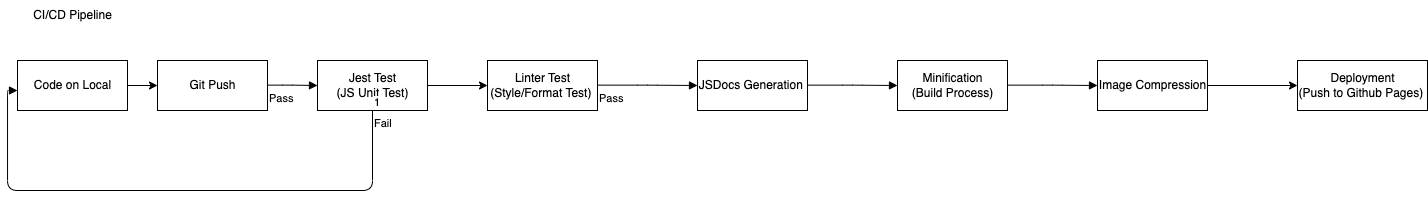
Above: admin/cipipeline/phase1.drawio.png in cse110-sp23-group23/cse110-sp23-group23 (draw.io), before the change. Source tidied: cells renumbered, new cells last; positions are measured from the earlier drawing's top-left corner, leaving out a move shared by most shapes.
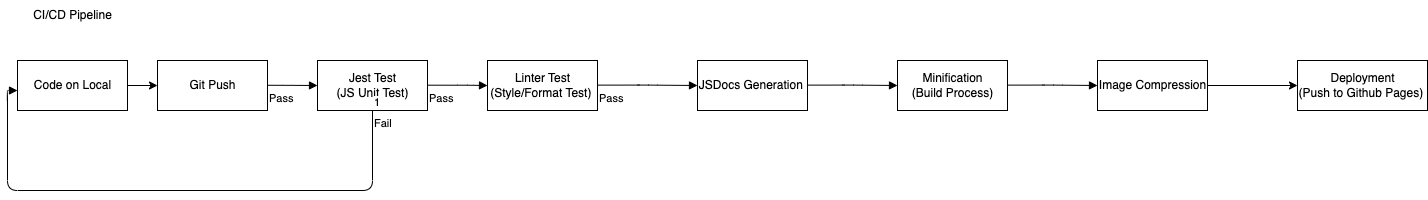
The same diagram one commit later.

Commit message:
fixed diagram; updated repo

The edit, as a diff of the source:
```diff
@@ -41,17 +41,9 @@
     <mxCell id="12" value="Deployment&lt;br&gt;(Push to Github Pages)&amp;nbsp;" style="html=1;" parent="1" vertex="1">
       <mxGeometry x="1290" y="60" width="130" height="50" as="geometry" />
     </mxCell>
-    <mxCell id="13" style="edgeStyle=none;html=1;entryX=0;entryY=0.5;entryDx=0;entryDy=0;fillColor=#666666;" parent="1" edge="1" source="14" target="4">
-      <mxGeometry relative="1" as="geometry" />
-    </mxCell>
     <mxCell id="14" value="Jest Test&lt;br&gt;(JS Unit Test)" style="html=1;" parent="1" vertex="1">
       <mxGeometry x="310" y="60" width="110" height="50" as="geometry" />
     </mxCell>
-    <mxCell id="15" value="Pass" style="endArrow=block;endFill=1;html=1;edgeStyle=orthogonalEdgeStyle;align=left;verticalAlign=top;fillColor=#666666;entryX=0;entryY=0.5;entryDx=0;entryDy=0;" parent="1" edge="1" target="14">
-      <mxGeometry x="-1" relative="1" as="geometry">
-        <mxPoint x="260" y="84.6" as="sourcePoint" />
-      </mxGeometry>
-    </mxCell>
     <mxCell id="16" value="Fail" style="endArrow=block;endFill=1;html=1;edgeStyle=orthogonalEdgeStyle;align=left;verticalAlign=top;fillColor=#666666;exitX=0.5;exitY=1;exitDx=0;exitDy=0;entryX=0;entryY=0.6;entryDx=0;entryDy=0;entryPerimeter=0;" parent="1" edge="1" source="14" target="19">
       <mxGeometry x="-1" relative="1" as="geometry">
         <Array as="points">
@@ -70,5 +62,23 @@
     <mxCell id="19" value="Code on Local" style="html=1;" parent="1" vertex="1">
       <mxGeometry x="10" y="60" width="110" height="50" as="geometry" />
     </mxCell>
+    <mxCell id="15" value="Pass" style="endArrow=block;endFill=1;html=1;edgeStyle=orthogonalEdgeStyle;align=left;verticalAlign=top;fillColor=#666666;entryX=0;entryY=0.5;entryDx=0;entryDy=0;" parent="1" edge="1" target="14">
+      <mxGeometry x="-1" relative="1" as="geometry">
+        <mxPoint x="260" y="84.8" as="sourcePoint" />
+      </mxGeometry>
+    </mxCell>
+    <mxCell id="20" style="edgeLabel;html=1;align=left;verticalAlign=bottom;fillColor=#666666;" parent="15" vertex="1">
+      <mxGeometry x="-1" relative="1" as="geometry" />
+    </mxCell>
+    <mxCell id="21" value="Pass" style="endArrow=block;endFill=1;html=1;edgeStyle=orthogonalEdgeStyle;align=left;verticalAlign=top;fillColor=#666666;" parent="1" edge="1">
+      <mxGeometry x="-1" relative="1" as="geometry">
+        <mxPoint x="420" y="84.7" as="sourcePoint" />
+        <mxPoint x="480" y="85" as="targetPoint" />
+        <Array as="points">
+          <mxPoint x="460" y="85" />
+          <mxPoint x="460" y="85" />
+        </Array>
+      </mxGeometry>
+    </mxCell>
   </root>
 </mxGraphModel>
```
